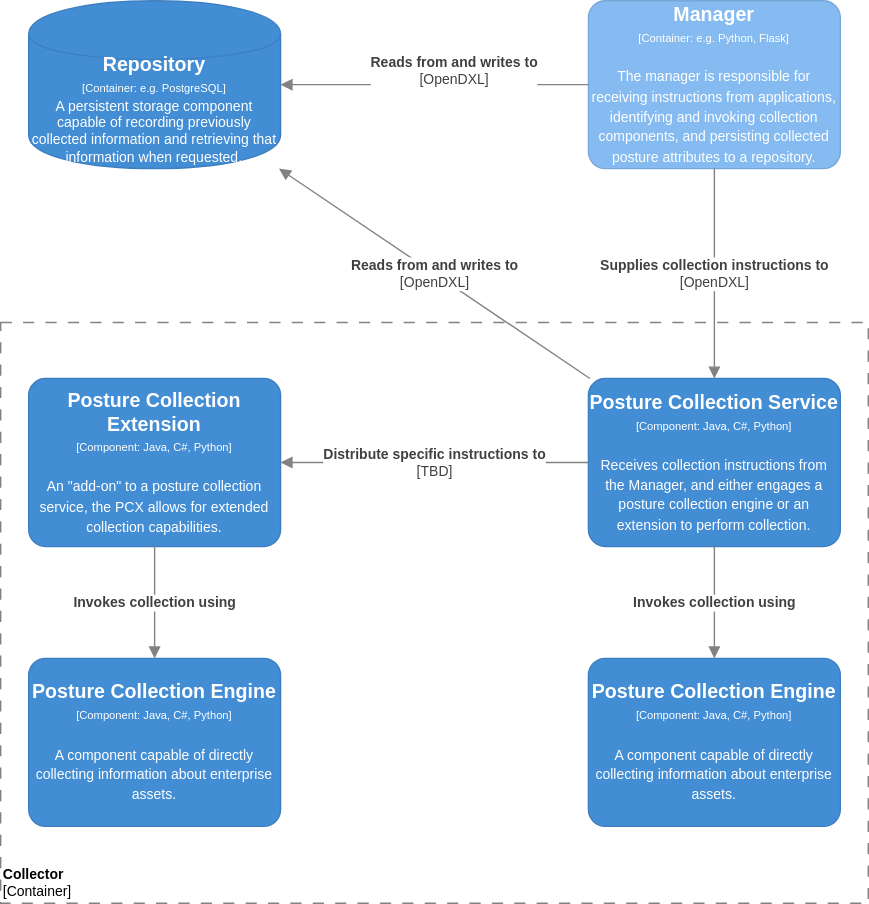
Before: Architecture Documents/scap-components-SCAPv2 Collector.svg, a diagram exported from draw.io (opencybersecurityalliance/documentation). Source tidied: cells renumbered, new cells last; positions are measured from the earlier drawing's top-left corner, leaving out a move shared by most shapes.
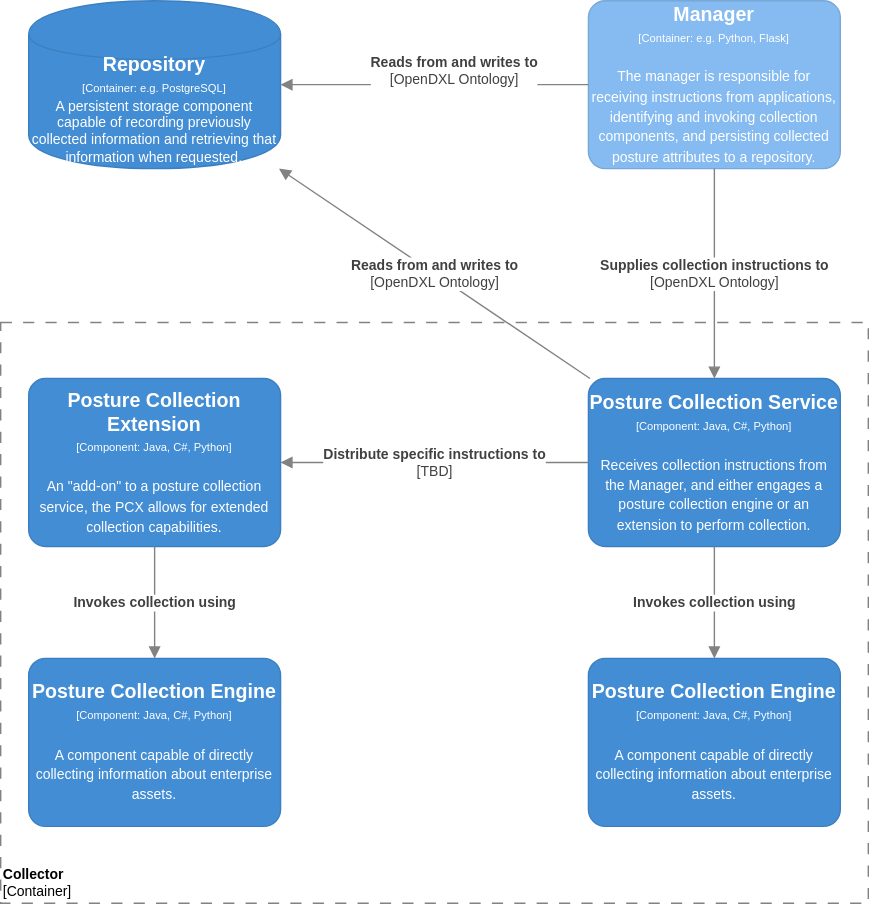
The same diagram one commit later.

Commit message:
OpenDXL to OpenDXL Ontology

What changed in the source:
```diff
@@ -32,12 +32,12 @@
         <mxGeometry x="420" width="180" height="120" as="geometry" />
       </mxCell>
     </object>
-    <object id="8" label="&lt;span style=&quot;font-size: 10px&quot;&gt;&lt;b&gt;Reads from and writes to&lt;/b&gt;&lt;br&gt;[OpenDXL]&lt;br&gt;&lt;/span&gt;" name="Data Flow Item Name" placeholders="1" technology="HTTP">
+    <object id="8" label="&lt;span style=&quot;font-size: 10px&quot;&gt;&lt;b&gt;Reads from and writes to&lt;/b&gt;&lt;br&gt;[OpenDXL Ontology]&lt;br&gt;&lt;/span&gt;" name="Data Flow Item Name" placeholders="1" technology="HTTP">
       <mxCell style="endArrow=block;html=1;fontSize=10;fontColor=#404040;strokeWidth=1;endFill=1;strokeColor=#828282;elbow=vertical;" parent="1" edge="1" source="7" target="6">
         <mxGeometry x="-0.12" y="-10" relative="1" as="geometry" />
       </mxCell>
     </object>
-    <object id="9" label="&lt;span style=&quot;font-size: 10px&quot;&gt;&lt;b&gt;Reads from and writes to&lt;/b&gt;&lt;br&gt;[OpenDXL]&lt;br&gt;&lt;/span&gt;" name="Data Flow Item Name" placeholders="1" technology="HTTP">
+    <object id="9" label="&lt;span style=&quot;font-size: 10px&quot;&gt;&lt;b&gt;Reads from and writes to&lt;/b&gt;&lt;br&gt;[OpenDXL Ontology]&lt;br&gt;&lt;/span&gt;" name="Data Flow Item Name" placeholders="1" technology="HTTP">
       <mxCell style="endArrow=block;html=1;fontSize=10;fontColor=#404040;strokeWidth=1;endFill=1;strokeColor=#828282;elbow=vertical;" parent="1" edge="1" source="3" target="6">
         <mxGeometry relative="1" as="geometry" />
       </mxCell>
@@ -62,7 +62,7 @@
         <mxGeometry relative="1" as="geometry" />
       </mxCell>
     </object>
-    <object id="14" label="&lt;b&gt;Supplies collection instructions to&lt;br&gt;&lt;/b&gt;[OpenDXL]&lt;span style=&quot;font-size: 10px&quot;&gt;&lt;br&gt;&lt;/span&gt;" name="Data Flow Item Name" placeholders="1" technology="HTTP">
+    <object id="14" label="&lt;b&gt;Supplies collection instructions to&lt;br&gt;&lt;/b&gt;[OpenDXL Ontology]&lt;span style=&quot;font-size: 10px&quot;&gt;&lt;br&gt;&lt;/span&gt;" name="Data Flow Item Name" placeholders="1" technology="HTTP">
       <mxCell style="endArrow=block;html=1;fontSize=10;fontColor=#404040;strokeWidth=1;endFill=1;strokeColor=#828282;elbow=vertical;" parent="1" edge="1" source="7" target="3">
         <mxGeometry relative="1" as="geometry" />
       </mxCell>
```
